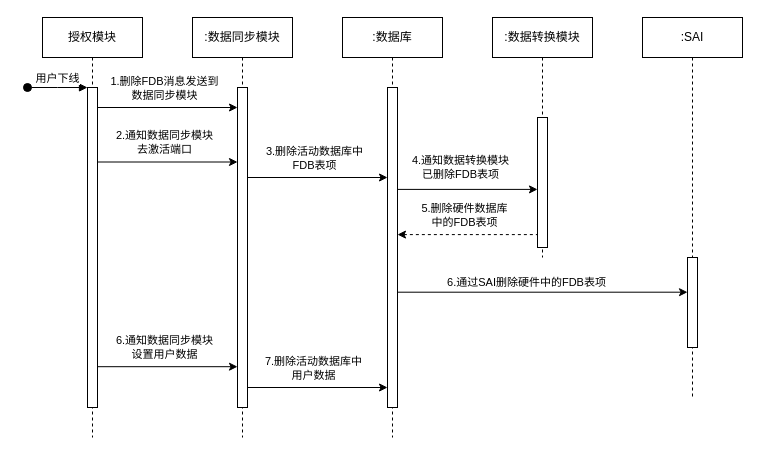
This is 去授权时序图.drawio from PATORITU/PATORITU, a draw.io file, before an edit. Source tidied: cells renumbered, new cells numbered last; positions are measured from the earlier drawing's top-left corner, leaving out a move shared by most shapes. Both pictures are drawn from the tidied source at 100%, with x=0, y=0 at pixel (27, 17).
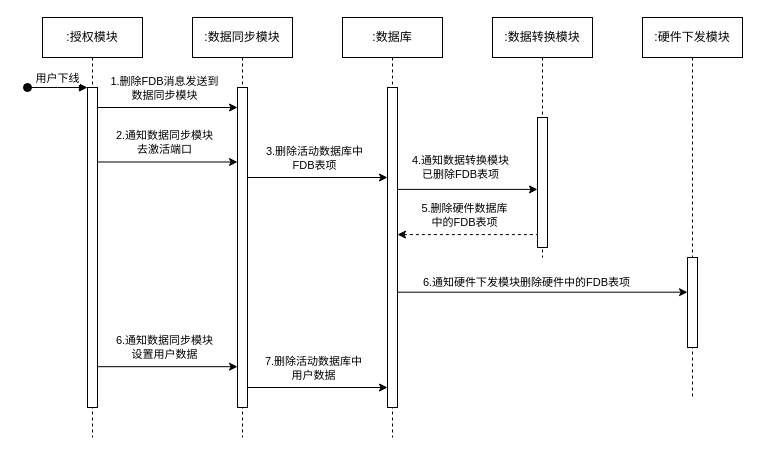
After the change.

Commit message:
更新去授权时序图.drawio

The change refers to these unchanged cells:
```xml
<mxCell id="21" style="endArrow=classic;html=1;rounded=0;" parent="1" edge="1" target="12">
  <mxGeometry relative="1" as="geometry">
    <mxPoint x="370" y="274.7" as="sourcePoint" />
  </mxGeometry>
</mxCell>
```

The edit, as a diff of the source:
```diff
@@
-    <mxCell id="2" value="授权模块" style="shape=umlLifeline;perimeter=lifelinePerimeter;whiteSpace=wrap;html=1;newEdgeStyle={&quot;edgeStyle&quot;:&quot;elbowEdgeStyle&quot;,&quot;elbow&quot;:&quot;vertical&quot;,&quot;curved&quot;:0,&quot;rounded&quot;:0};" parent="1" vertex="1">
+    <mxCell id="2" value=":授权模块" style="shape=umlLifeline;perimeter=lifelinePerimeter;whiteSpace=wrap;html=1;newEdgeStyle={&quot;edgeStyle&quot;:&quot;elbowEdgeStyle&quot;,&quot;elbow&quot;:&quot;vertical&quot;,&quot;curved&quot;:0,&quot;rounded&quot;:0};" parent="1" vertex="1">
       <mxGeometry x="15" width="100" height="420" as="geometry" />
     </mxCell>
@@
-    <mxCell id="11" value=":SAI" style="shape=umlLifeline;perimeter=lifelinePerimeter;whiteSpace=wrap;html=1;newEdgeStyle={&quot;edgeStyle&quot;:&quot;elbowEdgeStyle&quot;,&quot;elbow&quot;:&quot;vertical&quot;,&quot;curved&quot;:0,&quot;rounded&quot;:0};" parent="1" vertex="1">
+    <mxCell id="11" value=":硬件下发模块" style="shape=umlLifeline;perimeter=lifelinePerimeter;whiteSpace=wrap;html=1;newEdgeStyle={&quot;edgeStyle&quot;:&quot;elbowEdgeStyle&quot;,&quot;elbow&quot;:&quot;vertical&quot;,&quot;curved&quot;:0,&quot;rounded&quot;:0};" parent="1" vertex="1">
       <mxGeometry x="615" width="100" height="380" as="geometry" />
     </mxCell>
@@
-    <mxCell id="22" value="6.通过SAI删除硬件中的FDB表项" style="edgeLabel;html=1;align=center;verticalAlign=middle;" parent="21" vertex="1">
+    <mxCell id="22" value="6.通知硬件下发模块删除硬件中的FDB表项" style="edgeLabel;html=1;align=center;verticalAlign=middle;" parent="21" vertex="1">
       <mxGeometry x="-0.15" relative="1" as="geometry">
         <mxPoint x="5" y="-10" as="offset" />
       </mxGeometry>
     </mxCell>
```
